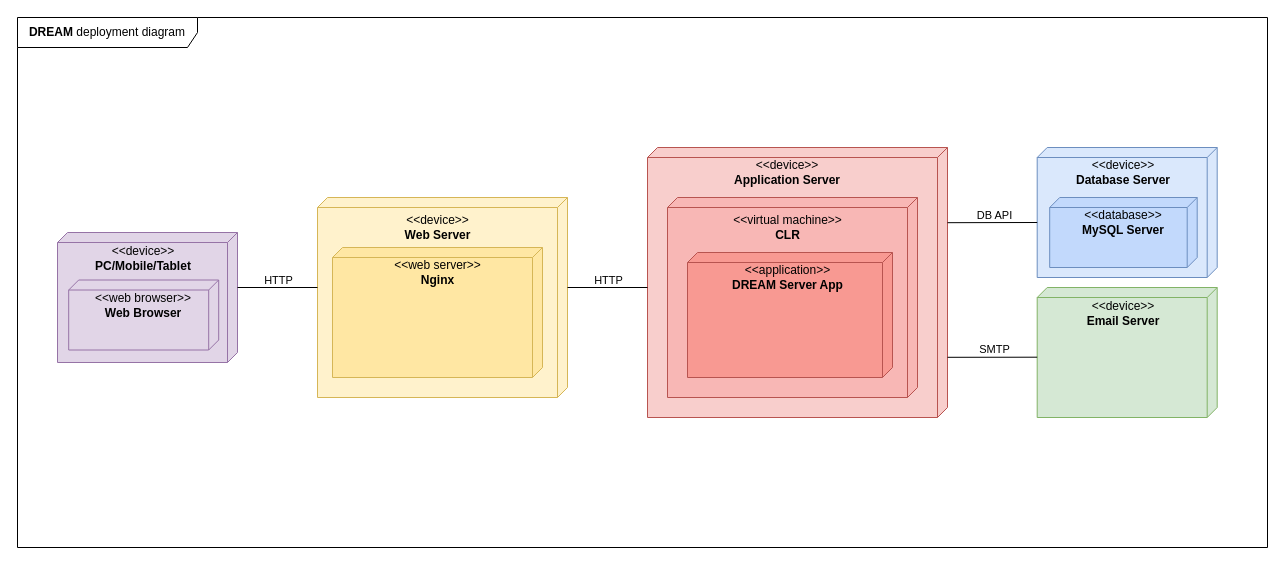
This is DD/uml/deployment/deployment.drawio from Astenna/DREAM, a draw.io file, before an edit. Source tidied: cells renumbered, new cells numbered last; positions are measured from the earlier drawing's top-left corner, leaving out a move shared by most shapes. Both pictures are drawn from the tidied source at 100%, with x=0, y=0 at pixel (17, 17).
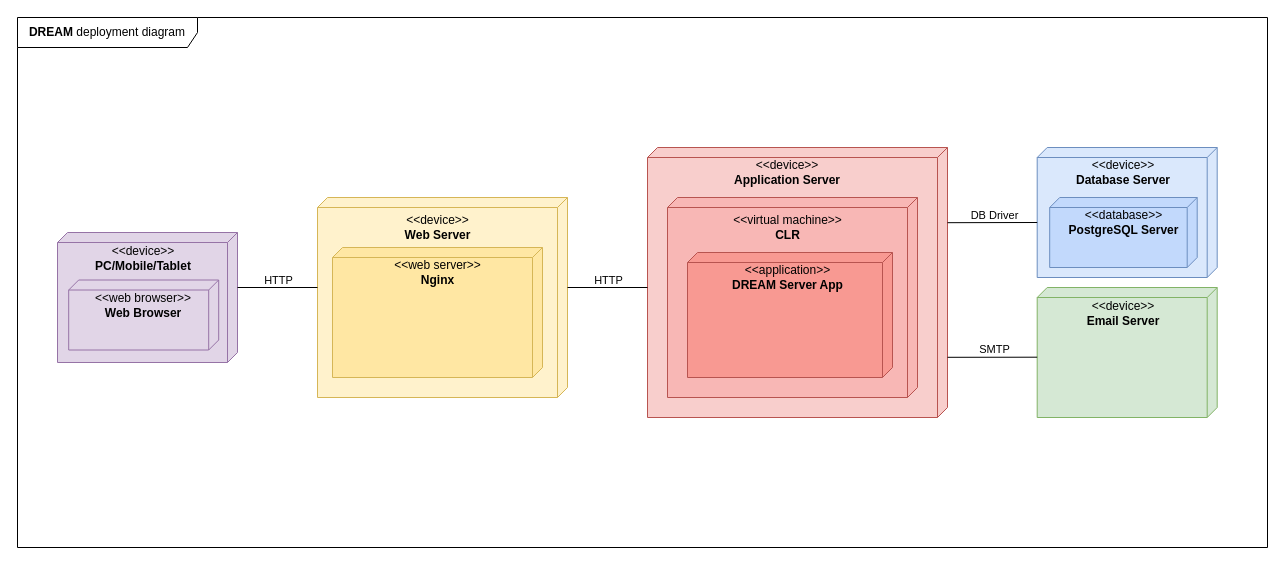
The same diagram, later.

Commit message (it also covers changes not shown here):
Small corrections in deployment diagram (MySQL -> PostgreSQL)

Unchanged cells that the change refers to:
```xml
<mxCell id="13" style="endArrow=none;html=1;rounded=0;fontFamily=Helvetica;exitX=0.445;exitY=-0.001;exitDx=0;exitDy=0;exitPerimeter=0;entryX=0;entryY=0;entryDx=75;entryDy=180;entryPerimeter=0;" parent="1" edge="1" target="3">
  <mxGeometry relative="1" as="geometry">
    <mxPoint x="930" y="205.2" as="sourcePoint" />
  </mxGeometry>
</mxCell>
```

The edit, as a diff of the source:
```diff
@@
-    <mxCell id="6" value="&amp;lt;&amp;lt;database&amp;gt;&amp;gt;&lt;br&gt;&lt;b&gt;MySQL Server&lt;/b&gt;" style="text;html=1;strokeColor=none;fillColor=none;align=center;verticalAlign=middle;whiteSpace=wrap;rounded=0;fontFamily=Helvetica;" parent="1" vertex="1">
-      <mxGeometry x="1051" y="190" width="110" height="30" as="geometry" />
+    <mxCell id="6" value="&amp;lt;&amp;lt;database&amp;gt;&amp;gt;&lt;br&gt;&lt;b&gt;PostgreSQL Server&lt;/b&gt;" style="text;html=1;strokeColor=none;fillColor=none;align=center;verticalAlign=middle;whiteSpace=wrap;rounded=0;fontFamily=Helvetica;" parent="1" vertex="1">
+      <mxGeometry x="1045.5" y="190" width="121" height="30" as="geometry" />
     </mxCell>
@@
-    <mxCell id="14" value="DB API" style="edgeLabel;html=1;align=center;verticalAlign=middle;fontFamily=Helvetica;" parent="13" vertex="1">
+    <mxCell id="14" value="DB Driver" style="edgeLabel;html=1;align=center;verticalAlign=middle;fontFamily=Helvetica;" parent="13" vertex="1">
       <mxGeometry x="0.23" y="-2" relative="1" as="geometry">
         <mxPoint x="-9" y="-10" as="offset" />
       </mxGeometry>
     </mxCell>
```
